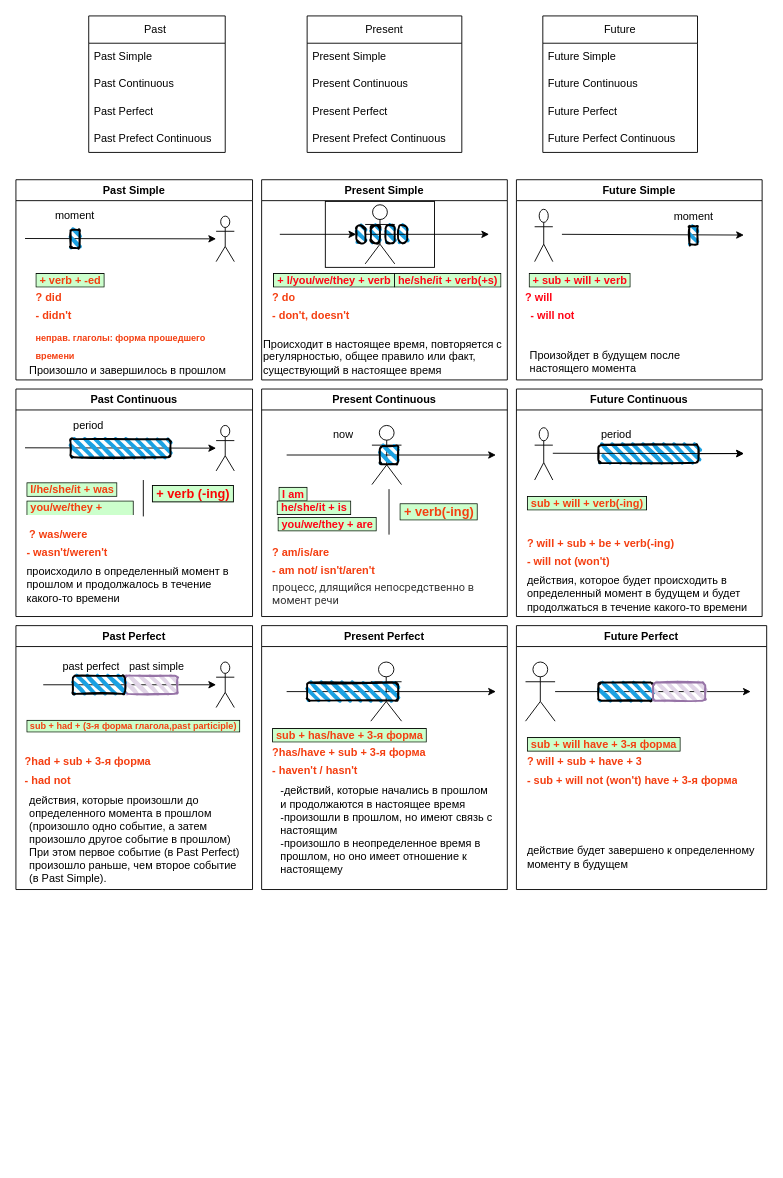
Before: Времена в английском.drawio in FeraVerto/english, a draw.io diagram. Source tidied: cells renumbered, new cells numbered last; positions are measured from the earlier drawing's top-left corner, leaving out a move shared by most shapes. Both pictures are drawn from the tidied source at 91%, with x=0, y=0 at pixel (15, 15).
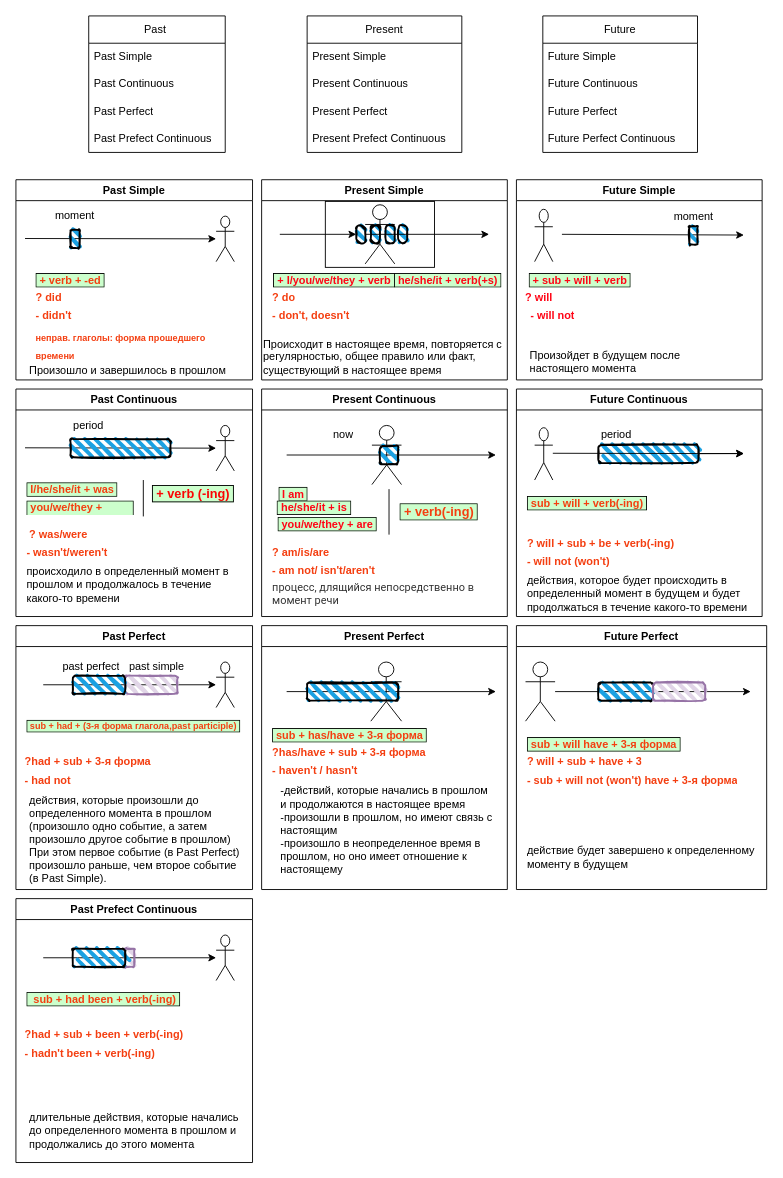
Above is the later version.

Commit message:
Past Prefect Continuous

Diff of the diagram source:
```diff
@@
+    <mxCell id="113" value="Past Prefect Continuous" style="swimlane;whiteSpace=wrap;html=1;" parent="1" vertex="1">
+      <mxGeometry y="970" width="260" height="290" as="geometry" />
+    </mxCell>
+    <mxCell id="114" style="shape=umlActor;verticalLabelPosition=bottom;verticalAlign=top;html=1;outlineConnect=0;" parent="113" vertex="1">
+      <mxGeometry x="220" y="40" width="20" height="50" as="geometry" />
+    </mxCell>
+    <mxCell id="115" style="endArrow=classic;html=1;rounded=0;" parent="113" edge="1" target="114">
+      <mxGeometry relative="1" as="geometry">
+        <mxPoint x="30" y="65" as="sourcePoint" />
+      </mxGeometry>
+    </mxCell>
+    <mxCell id="116" value="&amp;nbsp; sub + had been + verb(-ing)&amp;nbsp;" style="text;html=1;strokeColor=none;fillColor=none;align=left;verticalAlign=middle;whiteSpace=wrap;overflow=hidden;fontStyle=1;fontColor=#f43e10;fontSize=12;labelBackgroundColor=#CCFFCC;labelBorderColor=default;" parent="113" vertex="1">
+      <mxGeometry x="10" y="100" width="250" height="20" as="geometry" />
+    </mxCell>
+    <mxCell id="117" value="длительные действия, которые начались до определенного момента в прошлом и продолжались до этого момента" style="text;html=1;strokeColor=none;fillColor=none;align=left;verticalAlign=middle;whiteSpace=wrap;overflow=hidden;" parent="113" vertex="1">
+      <mxGeometry x="12.5" y="230" width="235" height="50" as="geometry" />
+    </mxCell>
+    <mxCell id="118" value="?had + sub + been + verb(-ing)" style="text;html=1;strokeColor=none;fillColor=none;align=left;verticalAlign=middle;whiteSpace=wrap;overflow=hidden;fontStyle=1;fontColor=#f43e10;fontSize=12;" parent="113" vertex="1">
+      <mxGeometry x="7.5" y="140" width="182.5" height="20" as="geometry" />
+    </mxCell>
+    <mxCell id="119" value="- hadn't been + verb(-ing)" style="text;html=1;strokeColor=none;fillColor=none;align=left;verticalAlign=middle;whiteSpace=wrap;overflow=hidden;fontStyle=1;fontColor=#f43e10;fontSize=12;" parent="113" vertex="1">
+      <mxGeometry x="7.5" y="160" width="162.5" height="20" as="geometry" />
+    </mxCell>
+    <mxCell id="120" style="rounded=1;whiteSpace=wrap;html=1;strokeWidth=2;fillWeight=4;hachureGap=8;hachureAngle=45;fillColor=#e1d5e7;sketch=1;strokeColor=#9673a6;" parent="113" vertex="1">
+      <mxGeometry x="120" y="55" width="10" height="20" as="geometry" />
+    </mxCell>
+    <mxCell id="121" style="rounded=1;whiteSpace=wrap;html=1;strokeWidth=2;fillWeight=4;hachureGap=8;hachureAngle=45;fillColor=#1ba1e2;sketch=1;" parent="113" vertex="1">
+      <mxGeometry x="62.5" y="55" width="57.5" height="20" as="geometry" />
+    </mxCell>
```
